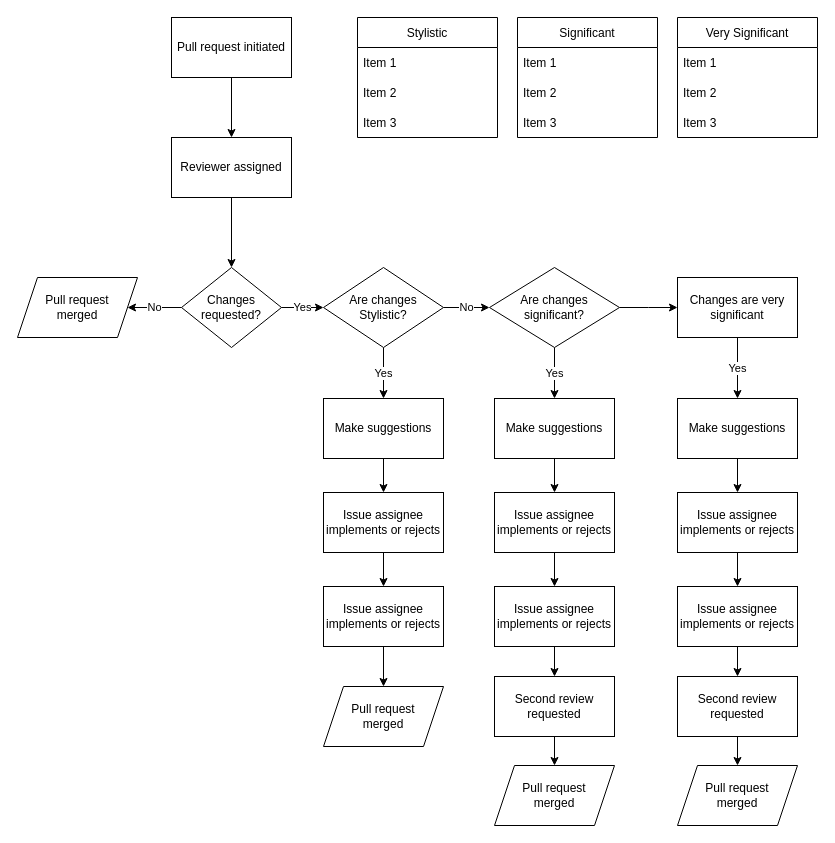
Above: reviewer_workflow.drawio in Defra-Data-Science-Centre-of-Excellence/sds-data-model (draw.io), before the change. Source tidied: cells renumbered, new cells numbered last; positions are measured from the earlier drawing's top-left corner, leaving out a move shared by most shapes. Both pictures are drawn from the tidied source at 100%, with x=0, y=0 at pixel (17, 17).
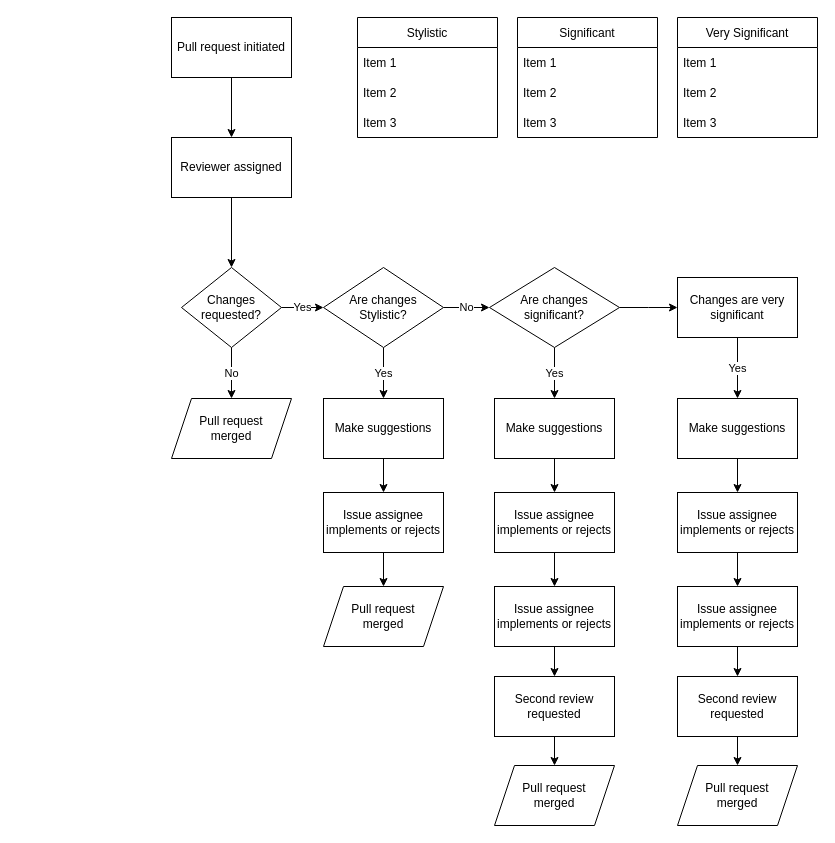
The same page after the edit.

The change refers to these unchanged cells:
```xml
<mxCell id="3" value="Changes requested?" style="rhombus;whiteSpace=wrap;html=1;" parent="1" vertex="1">
  <mxGeometry x="164" y="250" width="100" height="80" as="geometry" />
</mxCell>
<mxCell id="15" value="Issue assignee implements or rejects" style="rounded=0;whiteSpace=wrap;html=1;" parent="1" vertex="1">
  <mxGeometry x="306" y="475" width="120" height="60" as="geometry" />
</mxCell>
```

Change to the diagram source:
```diff
@@
-    <mxCell id="5" value="No" style="endArrow=classic;html=1;rounded=0;entryX=1;entryY=0.5;entryDx=0;entryDy=0;exitX=0;exitY=0.5;exitDx=0;exitDy=0;" parent="1" edge="1" source="3" target="54">
+    <mxCell id="5" value="No" style="endArrow=classic;html=1;rounded=0;entryX=0.5;entryY=0;entryDx=0;entryDy=0;exitX=0.5;exitY=1;exitDx=0;exitDy=0;" parent="1" edge="1" source="3" target="54">
       <mxGeometry relative="1" as="geometry" />
     </mxCell>
@@
-    <mxCell id="14" style="edgeStyle=orthogonalEdgeStyle;rounded=0;jettySize=auto;html=1;" parent="1" edge="1" source="15" target="18">
-      <mxGeometry relative="1" as="geometry" />
-    </mxCell>
@@
     <mxCell id="16" value="Pull request &lt;br&gt;merged" style="shape=parallelogram;perimeter=parallelogramPerimeter;whiteSpace=wrap;html=1;fixedSize=1;" parent="1" vertex="1">
-      <mxGeometry x="306" y="669" width="120" height="60" as="geometry" />
+      <mxGeometry x="306" y="569" width="120" height="60" as="geometry" />
     </mxCell>
-    <mxCell id="17" style="edgeStyle=orthogonalEdgeStyle;rounded=0;jettySize=auto;html=1;" parent="1" edge="1" source="18" target="16">
+    <mxCell id="17" style="edgeStyle=orthogonalEdgeStyle;rounded=0;jettySize=auto;html=1;exitX=0.5;exitY=1;exitDx=0;exitDy=0;" parent="1" edge="1" source="15" target="16">
       <mxGeometry relative="1" as="geometry" />
     </mxCell>
-    <mxCell id="18" value="Issue assignee implements or rejects" style="rounded=0;whiteSpace=wrap;html=1;" parent="1" vertex="1">
-      <mxGeometry x="306" y="569" width="120" height="60" as="geometry" />
-    </mxCell>
@@
     <mxCell id="54" value="Pull request &lt;br&gt;merged" style="shape=parallelogram;perimeter=parallelogramPerimeter;whiteSpace=wrap;html=1;fixedSize=1;" parent="1" vertex="1">
-      <mxGeometry y="260" width="120" height="60" as="geometry" />
+      <mxGeometry x="154" y="381" width="120" height="60" as="geometry" />
     </mxCell>
```
